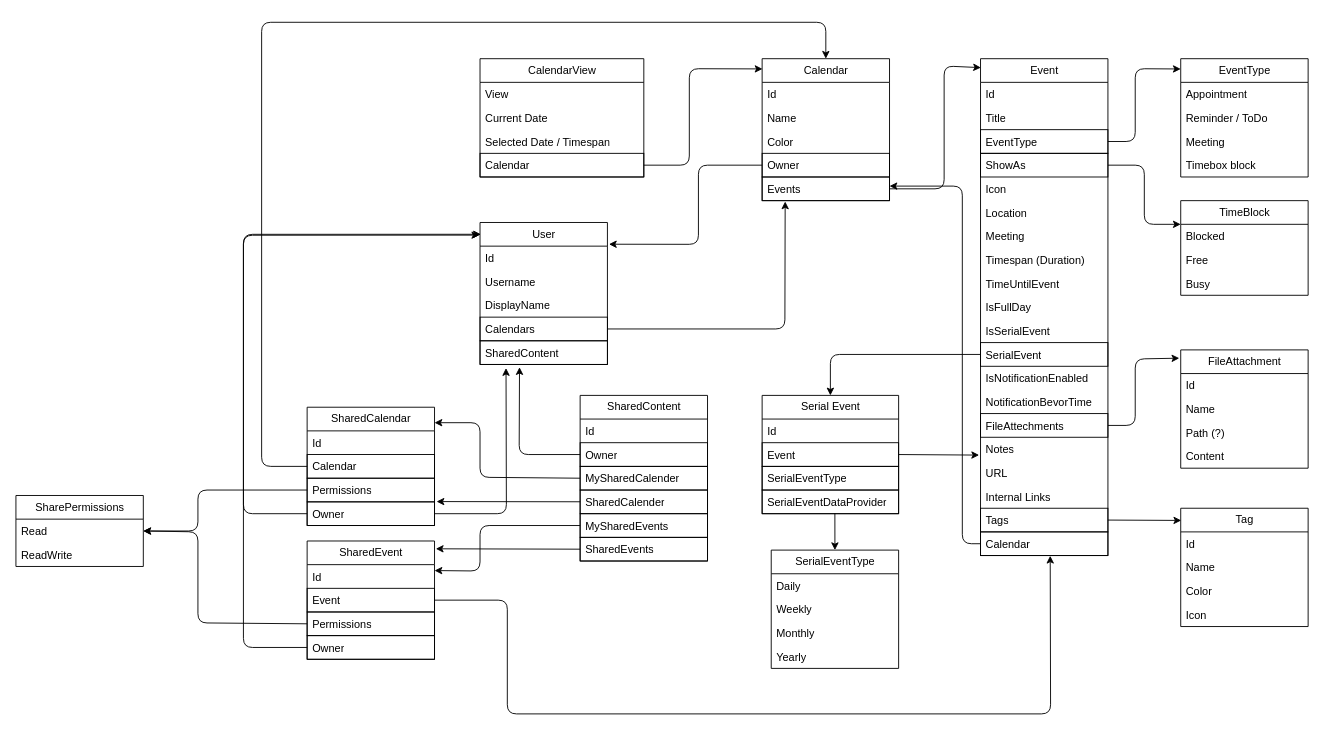
The draw.io diagram page "Domain" (1 of 2) of Architecture/Domains/Calendar.drawio in TodoXpress/Documentation, before the edit. Source tidied: cells renumbered, new cells numbered last; positions are measured from the earlier drawing's top-left corner, leaving out a move shared by most shapes. Both pictures are drawn from the tidied source at 91%, with x=0, y=0 at pixel (15, 22).
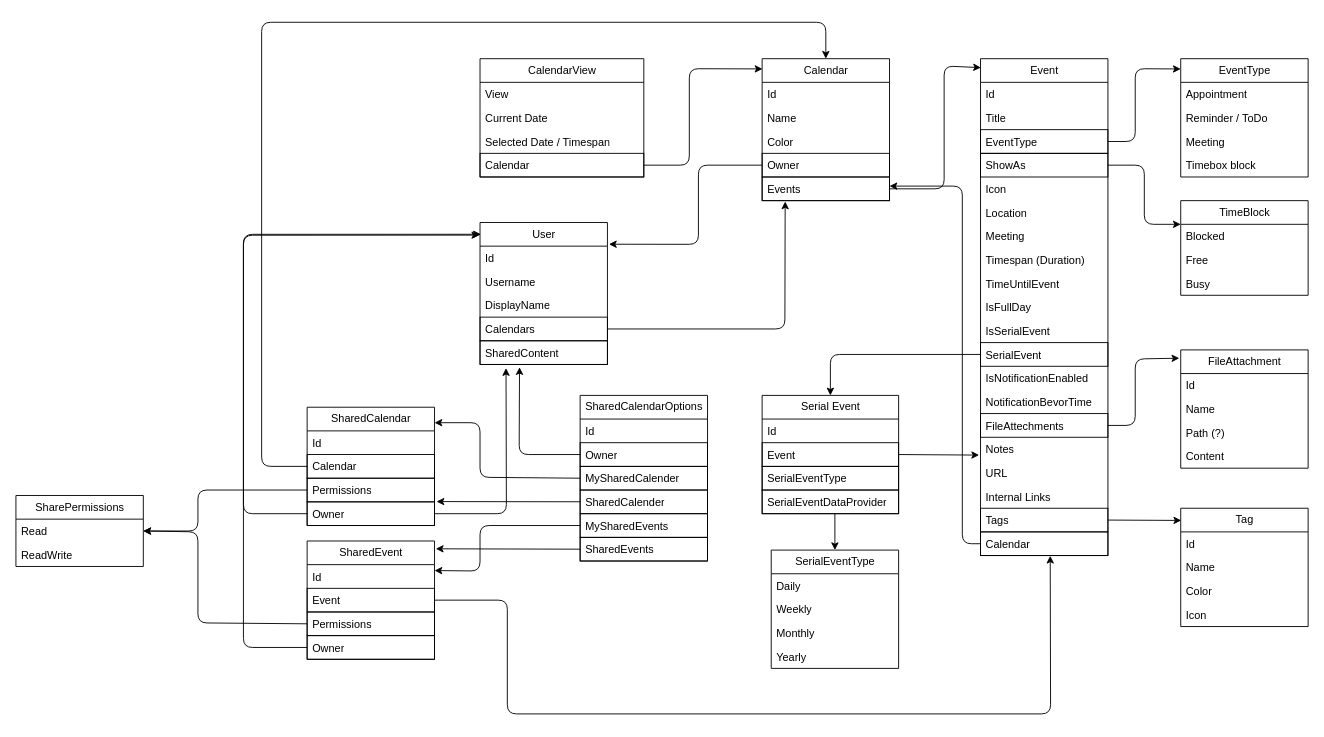
The same page after the edit.

Commit message:
rename shared Content

Diff of the diagram source:
```diff
@@
-    <mxCell id="81" value="SharedContent" style="swimlane;fontStyle=0;horizontal=1;startSize=26;fillColor=none;html=1;strokeColor=default;" parent="1" vertex="1">
+    <mxCell id="81" value="SharedCalendarOptions" style="swimlane;fontStyle=0;horizontal=1;startSize=26;fillColor=none;html=1;strokeColor=default;" parent="1" vertex="1">
       <mxGeometry x="620" y="410" width="140" height="182" as="geometry" />
     </mxCell>
```
